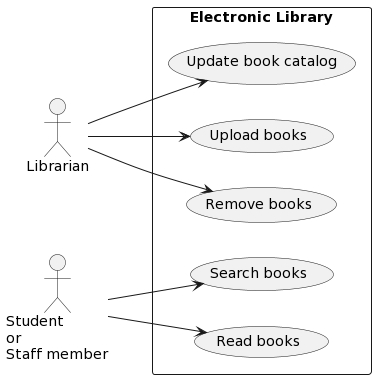
Above: README/use_case_diagram.png in deemp/elibrary (PlantUML), before the change. Source of this version:
```plantuml
@startuml
left to right direction
actor "Librarian" as librarian
actor "Student\nor\nStaff member" as student
rectangle "Electronic Library" {
  usecase "Update book catalog" as UC1
  usecase "Upload books" as UC2
  usecase "Remove books" as UC3
  usecase "Search books" as UC4
  usecase "Read books" as UC5
}

librarian --> UC1
librarian --> UC2
librarian --> UC3

student --> UC4
student --> UC5
@enduml
```
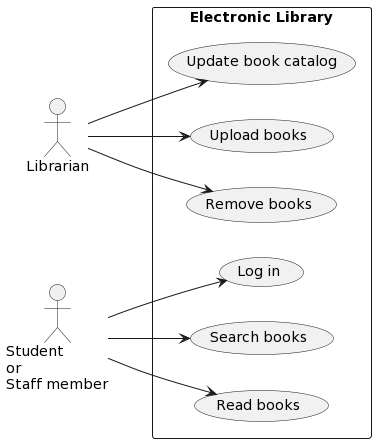
After the change.

Commit message:
fix: update use case diagram

What changed in the source:
```diff
@@ -6,8 +6,9 @@
   usecase "Update book catalog" as UC1
   usecase "Upload books" as UC2
   usecase "Remove books" as UC3
-  usecase "Search books" as UC4
-  usecase "Read books" as UC5
+  usecase "Log in" as UC4
+  usecase "Search books" as UC5
+  usecase "Read books" as UC6
 }
 
 librarian --> UC1
@@ -16,4 +17,5 @@
 
 student --> UC4
 student --> UC5
+student --> UC6
 @enduml
```
